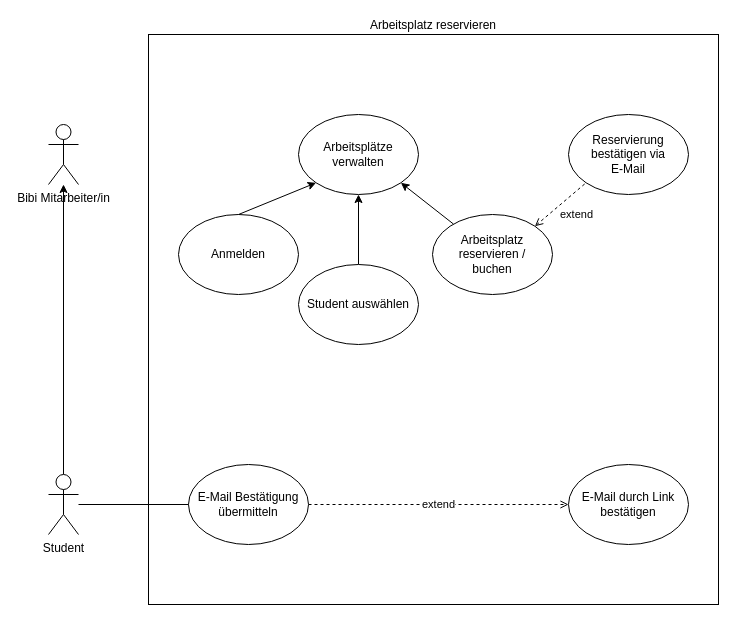
This is Unbenanntes Diagramm.drawio from hantinguyen/hello-world, a draw.io file, before an edit. Source tidied: cells renumbered, new cells numbered last; positions are measured from the earlier drawing's top-left corner, leaving out a move shared by most shapes. Both pictures are drawn from the tidied source at 100%, with x=0, y=0 at pixel (48, 34).
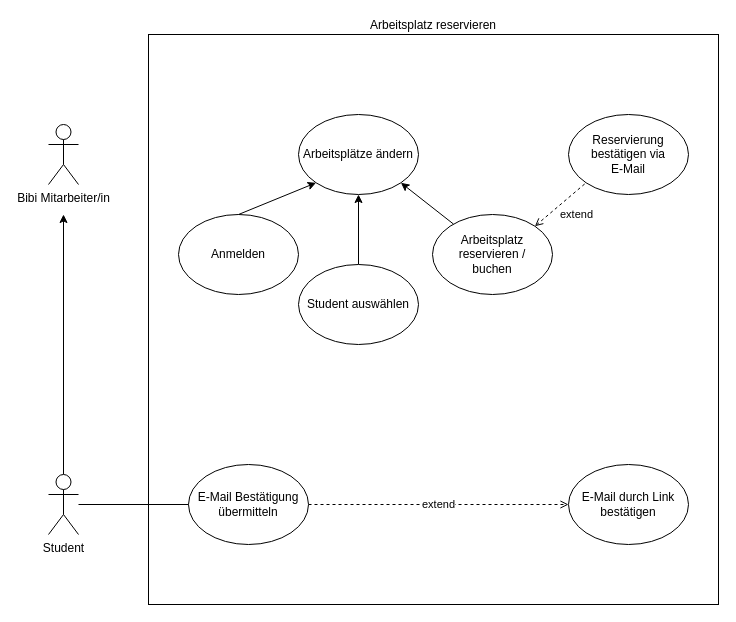
Above is the later version.

The change refers to these unchanged cells:
```xml
<mxCell id="2" value="Bibi Mitarbeiter/in" style="shape=umlActor;verticalLabelPosition=bottom;verticalAlign=top;html=1;outlineConnect=0;" parent="1" vertex="1">
  <mxGeometry y="90" width="30" height="60" as="geometry" />
</mxCell>
<mxCell id="4" value="Student" style="shape=umlActor;verticalLabelPosition=bottom;verticalAlign=top;html=1;outlineConnect=0;" parent="1" vertex="1">
  <mxGeometry y="440" width="30" height="60" as="geometry" />
</mxCell>
```

What changed in the source:
```diff
@@
-    <mxCell id="3" style="edgeStyle=orthogonalEdgeStyle;rounded=0;jettySize=auto;html=1;exitX=0.5;exitY=0;exitDx=0;exitDy=0;exitPerimeter=0;" parent="1" edge="1" source="4" target="2">
-      <mxGeometry relative="1" as="geometry" />
+    <mxCell id="3" style="edgeStyle=orthogonalEdgeStyle;rounded=0;jettySize=auto;html=1;exitX=0.5;exitY=0;exitDx=0;exitDy=0;exitPerimeter=0;" parent="1" edge="1" source="4">
+      <mxGeometry relative="1" as="geometry">
+        <mxPoint x="15" y="180" as="targetPoint" />
+      </mxGeometry>
     </mxCell>
@@
-    <mxCell id="6" value="Arbeitsplätze verwalten" style="ellipse;whiteSpace=wrap;html=1;" parent="1" vertex="1">
+    <mxCell id="6" value="Arbeitsplätze ändern" style="ellipse;whiteSpace=wrap;html=1;" parent="1" vertex="1">
       <mxGeometry x="250" y="80" width="120" height="80" as="geometry" />
     </mxCell>
```
